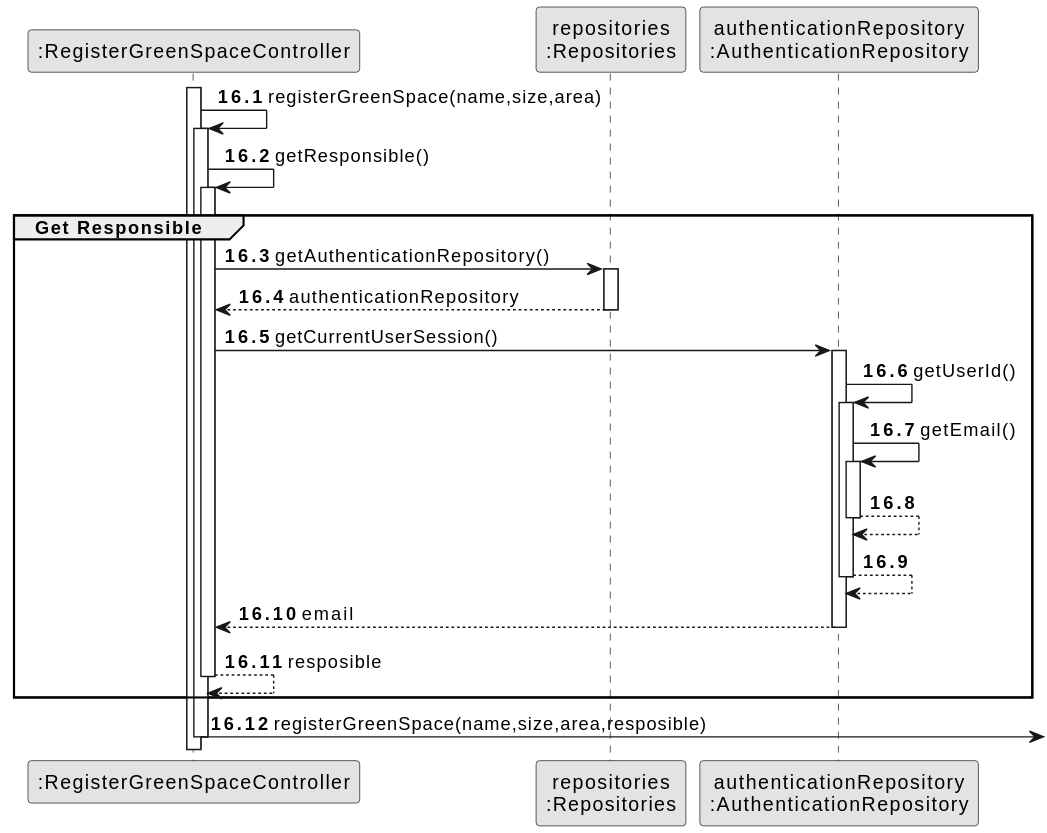
SAEmanuel/Green_Spaces_Management_ISEP keeps this PlantUML diagram as docs/sprintC/us020/03.design/svg/us020-sequence-diagram-partial-register-Get-User-Email.svg. Above is the earlier version.
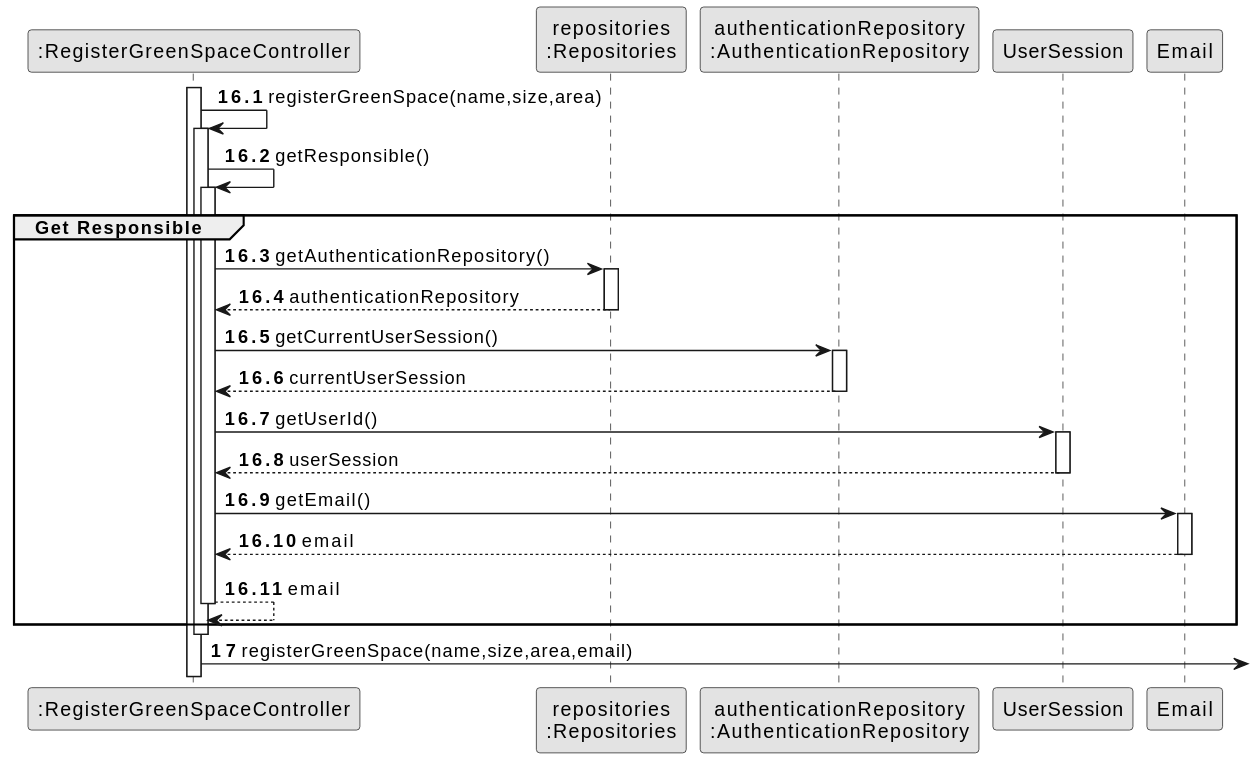
The same file after the commit.

Change to the diagram source:
```diff
@@ -18,37 +18,35 @@
                      activate CTRL
     group Get Responsible
 
+                        CTRL -> PLAT  : getAuthenticationRepository()
+                        activate PLAT
 
+                        PLAT --> CTRL : authenticationRepository
+                        deactivate PLAT
 
-                     CTRL -> PLAT : getAuthenticationRepository()
-                     activate PLAT
+                        CTRL -> authenticationRepository : getCurrentUserSession()
+                        activate authenticationRepository
 
-                     PLAT --> CTRL : authenticationRepository
-                     deactivate PLAT
+                            authenticationRepository --> CTRL : currentUserSession
+                        deactivate authenticationRepository
 
-                     CTRL -> authenticationRepository : getCurrentUserSession()
-                     activate authenticationRepository
+                        CTRL -> UserSession : getUserId()
+                        activate UserSession
 
-                         authenticationRepository -> authenticationRepository :getUserId()
-                         activate authenticationRepository
+                            UserSession --> CTRL : userSession
+                        deactivate UserSession
 
-                             authenticationRepository -> authenticationRepository : getEmail()
-                             activate authenticationRepository
+                        CTRL -> Email : getEmail()
+                        activate Email
 
-                                 authenticationRepository --> authenticationRepository
-                             deactivate authenticationRepository
-                                 authenticationRepository --> authenticationRepository
-                         deactivate authenticationRepository
-
-
-                         authenticationRepository --> CTRL : email
-                     deactivate authenticationRepository
-                         CTRL --> CTRL : resposible
-
-                         deactivate CTRL
+                            Email --> CTRL : email
+                        deactivate Email
+                    CTRL --> CTRL : email
+                    deactivate CTRL
     end
-            CTRL ->  : registerGreenSpace(name,size,area,resposible)
 
 autonumber 17
 deactivate CTRL
+
+    CTRL ->  : registerGreenSpace(name,size,area,email)
 @enduml
```
